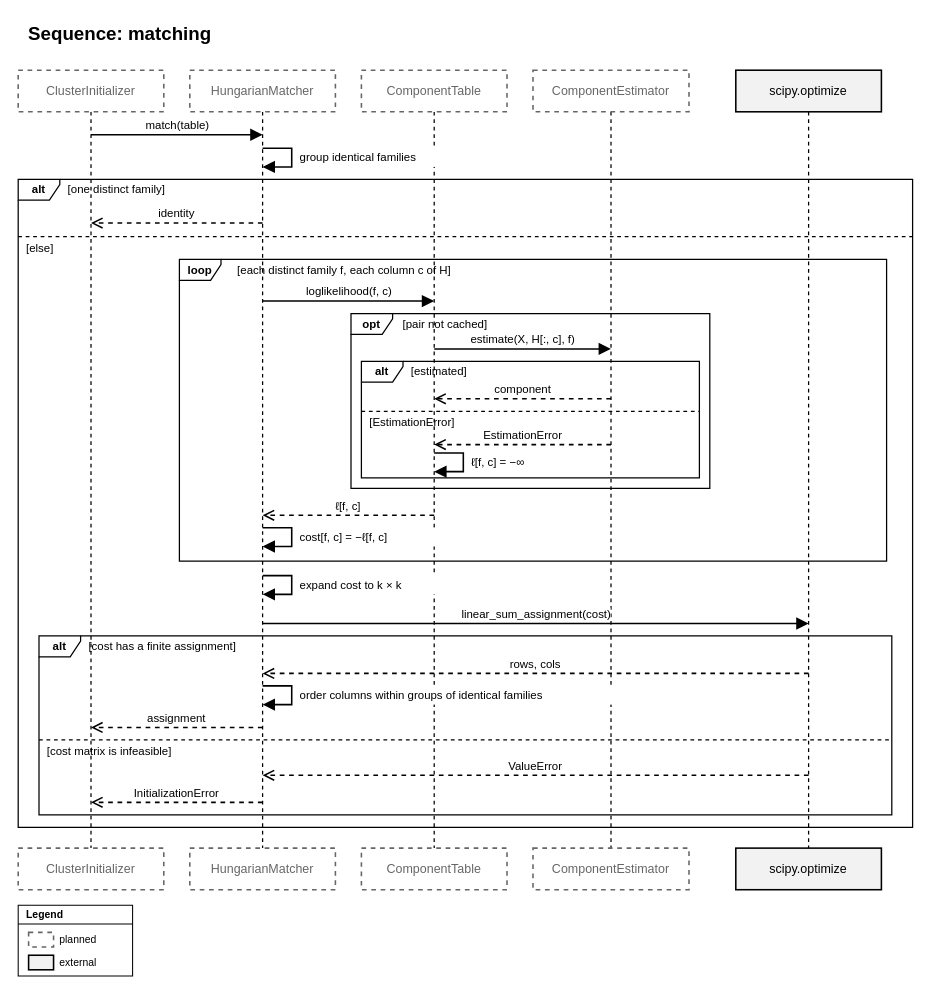
Above: page "Sequence: matching" (3 of 3) of docs/source/design/modules/initializers/diagrams/initializers.drawio in PySATL/pysatl-mpest (draw.io), before the change. Source tidied: cells renumbered, new cells numbered last; positions are measured from the earlier drawing's top-left corner, leaving out a move shared by most shapes. Both pictures are drawn from the tidied source at 104%, with x=0, y=0 at pixel (18, 18).
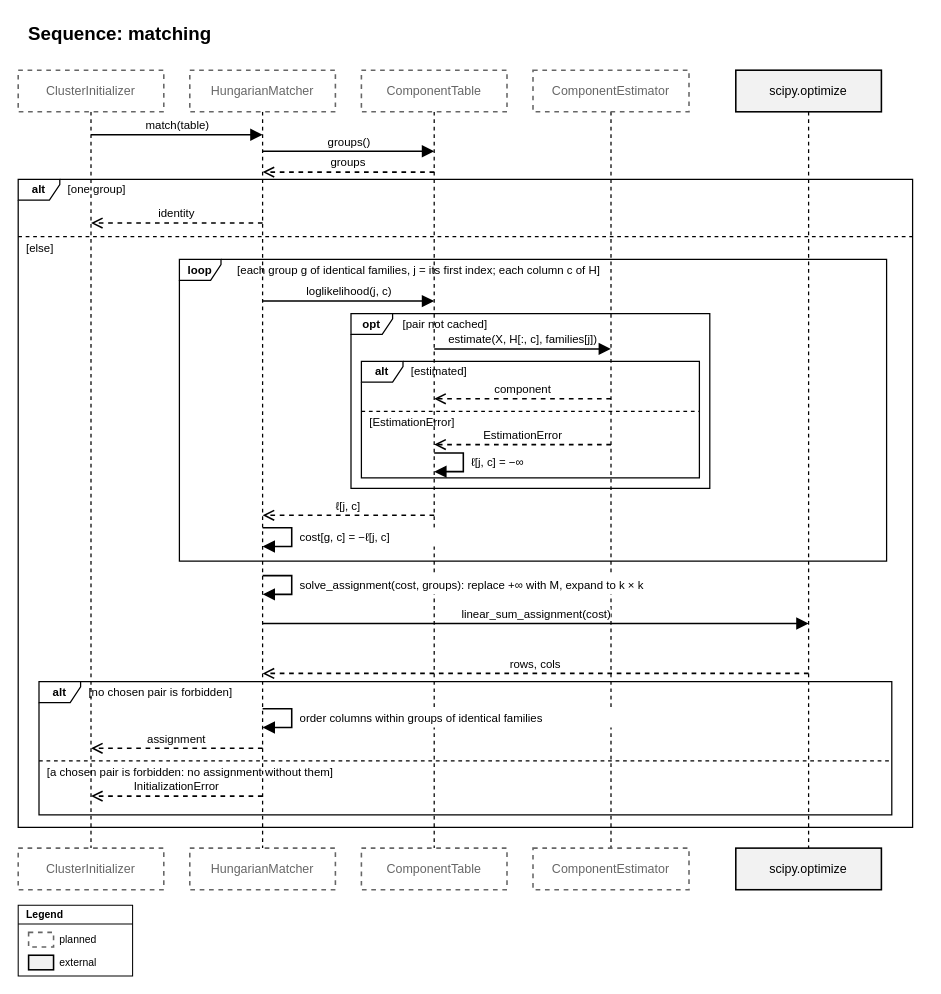
Above is the later version.

Change to the diagram source:
```diff
@@
-    <mxCell id="19" style="endArrow=block;endFill=1;html=1;rounded=0;endSize=8;strokeColor=#000000;strokeWidth=1.5;fontSize=11;labelBackgroundColor=#ffffff;fontFamily=Helvetica;fontColor=#000000;" parent="1" edge="1">
+    <mxCell id="19" value="groups()" style="endArrow=block;endFill=1;html=1;rounded=0;endSize=8;strokeColor=#000000;strokeWidth=1.5;fontSize=11;verticalAlign=bottom;labelBackgroundColor=#ffffff;fontFamily=Helvetica;fontColor=#000000;" parent="1" edge="1">
       <mxGeometry relative="1" as="geometry">
-        <mxPoint x="235" y="125" as="sourcePoint" />
-        <mxPoint x="235" y="143" as="targetPoint" />
-        <Array as="points">
-          <mxPoint x="263" y="125" />
-          <mxPoint x="263" y="143" />
-        </Array>
+        <mxPoint x="235" y="128" as="sourcePoint" />
+        <mxPoint x="400" y="128" as="targetPoint" />
       </mxGeometry>
     </mxCell>
-    <mxCell id="20" value="group identical families" style="text;html=1;align=left;verticalAlign=middle;spacing=0;spacingLeft=2;spacingRight=2;fontSize=11;fillColor=#ffffff;fontFamily=Helvetica;fontColor=#000000;" parent="1" vertex="1">
-      <mxGeometry x="269" y="125" width="170" height="18" as="geometry" />
-    </mxCell>
+    <mxCell id="61" value="groups" style="dashed=1;endArrow=open;endFill=0;html=1;rounded=0;endSize=8;strokeColor=#000000;strokeWidth=1.5;fontSize=11;verticalAlign=bottom;labelBackgroundColor=#ffffff;fontFamily=Helvetica;fontColor=#000000;" parent="1" edge="1">
+      <mxGeometry relative="1" as="geometry">
+        <mxPoint x="400" y="148" as="sourcePoint" />
+        <mxPoint x="235" y="148" as="targetPoint" />
+      </mxGeometry>
+    </mxCell>
@@
-    <mxCell id="22" value="[one distinct family]" style="text;html=1;align=left;verticalAlign=middle;spacing=0;fontSize=11;fontFamily=Helvetica;fontColor=#000000;" parent="1" vertex="1">
+    <mxCell id="22" value="[one group]" style="text;html=1;align=left;verticalAlign=middle;spacing=0;fontSize=11;fontFamily=Helvetica;fontColor=#000000;" parent="1" vertex="1">
       <mxGeometry x="48" y="157" width="798" height="16" as="geometry" />
     </mxCell>
@@
-    <mxCell id="27" value="[each distinct family f, each column c of H]" style="text;html=1;align=left;verticalAlign=middle;spacing=0;fontSize=11;fontFamily=Helvetica;fontColor=#000000;" parent="1" vertex="1">
+    <mxCell id="27" value="[each group g of identical families, j = its first index; each column c of H]" style="text;html=1;align=left;verticalAlign=middle;spacing=0;fontSize=11;fontFamily=Helvetica;fontColor=#000000;" parent="1" vertex="1">
       <mxGeometry x="211" y="234" width="600" height="16" as="geometry" />
     </mxCell>
-    <mxCell id="28" value="loglikelihood(f, c)" style="endArrow=block;endFill=1;html=1;rounded=0;endSize=8;strokeColor=#000000;strokeWidth=1.5;fontSize=11;verticalAlign=bottom;labelBackgroundColor=#ffffff;fontFamily=Helvetica;fontColor=#000000;" parent="1" edge="1">
+    <mxCell id="28" value="loglikelihood(j, c)" style="endArrow=block;endFill=1;html=1;rounded=0;endSize=8;strokeColor=#000000;strokeWidth=1.5;fontSize=11;verticalAlign=bottom;labelBackgroundColor=#ffffff;fontFamily=Helvetica;fontColor=#000000;" parent="1" edge="1">
       <mxGeometry relative="1" as="geometry">
         <mxPoint x="235" y="272" as="sourcePoint" />
         <mxPoint x="400" y="272" as="targetPoint" />
       </mxGeometry>
     </mxCell>
@@
-    <mxCell id="31" value="estimate(X, H[:, c], f)" style="endArrow=block;endFill=1;html=1;rounded=0;endSize=8;strokeColor=#000000;strokeWidth=1.5;fontSize=11;verticalAlign=bottom;labelBackgroundColor=#ffffff;fontFamily=Helvetica;fontColor=#000000;" parent="1" edge="1">
+    <mxCell id="31" value="estimate(X, H[:, c], families[j])" style="endArrow=block;endFill=1;html=1;rounded=0;endSize=8;strokeColor=#000000;strokeWidth=1.5;fontSize=11;verticalAlign=bottom;labelBackgroundColor=#ffffff;fontFamily=Helvetica;fontColor=#000000;" parent="1" edge="1">
       <mxGeometry relative="1" as="geometry">
         <mxPoint x="400" y="318" as="sourcePoint" />
         <mxPoint x="570" y="318" as="targetPoint" />
       </mxGeometry>
     </mxCell>
@@
-    <mxCell id="39" value="ℓ[f, c] = −∞" style="text;html=1;align=left;verticalAlign=middle;spacing=0;spacingLeft=2;spacingRight=2;fontSize=11;fillColor=#ffffff;fontFamily=Helvetica;fontColor=#000000;" parent="1" vertex="1">
+    <mxCell id="39" value="ℓ[j, c] = −∞" style="text;html=1;align=left;verticalAlign=middle;spacing=0;spacingLeft=2;spacingRight=2;fontSize=11;fillColor=#ffffff;fontFamily=Helvetica;fontColor=#000000;" parent="1" vertex="1">
       <mxGeometry x="434" y="418" width="110" height="18" as="geometry" />
     </mxCell>
-    <mxCell id="40" value="ℓ[f, c]" style="dashed=1;endArrow=open;endFill=0;html=1;rounded=0;endSize=8;strokeColor=#000000;strokeWidth=1.5;fontSize=11;verticalAlign=bottom;labelBackgroundColor=#ffffff;fontFamily=Helvetica;fontColor=#000000;" parent="1" edge="1">
+    <mxCell id="40" value="ℓ[j, c]" style="dashed=1;endArrow=open;endFill=0;html=1;rounded=0;endSize=8;strokeColor=#000000;strokeWidth=1.5;fontSize=11;verticalAlign=bottom;labelBackgroundColor=#ffffff;fontFamily=Helvetica;fontColor=#000000;" parent="1" edge="1">
       <mxGeometry relative="1" as="geometry">
         <mxPoint x="400" y="478" as="sourcePoint" />
         <mxPoint x="235" y="478" as="targetPoint" />
       </mxGeometry>
     </mxCell>
@@
-    <mxCell id="42" value="cost[f, c] = −ℓ[f, c]" style="text;html=1;align=left;verticalAlign=middle;spacing=0;spacingLeft=2;spacingRight=2;fontSize=11;fillColor=#ffffff;fontFamily=Helvetica;fontColor=#000000;" parent="1" vertex="1">
+    <mxCell id="42" value="cost[g, c] = −ℓ[j, c]" style="text;html=1;align=left;verticalAlign=middle;spacing=0;spacingLeft=2;spacingRight=2;fontSize=11;fillColor=#ffffff;fontFamily=Helvetica;fontColor=#000000;" parent="1" vertex="1">
       <mxGeometry x="269" y="490" width="170" height="18" as="geometry" />
     </mxCell>
@@
-    <mxCell id="44" value="expand cost to k × k" style="text;html=1;align=left;verticalAlign=middle;spacing=0;spacingLeft=2;spacingRight=2;fontSize=11;fillColor=#ffffff;fontFamily=Helvetica;fontColor=#000000;" parent="1" vertex="1">
-      <mxGeometry x="269" y="536" width="150" height="18" as="geometry" />
+    <mxCell id="44" value="solve_assignment(cost, groups): replace +∞ with M, expand to k × k" style="text;html=1;align=left;verticalAlign=middle;spacing=0;spacingLeft=2;spacingRight=2;fontSize=11;fillColor=#ffffff;fontFamily=Helvetica;fontColor=#000000;" parent="1" vertex="1">
+      <mxGeometry x="269" y="536" width="440" height="18" as="geometry" />
     </mxCell>
@@
     <mxCell id="46" value="alt" style="shape=umlFrame;whiteSpace=wrap;html=1;fillColor=none;strokeColor=#000000;strokeWidth=1.2;fontSize=11;fontStyle=1;width=40;height=20;fontFamily=Helvetica;fontColor=#000000;" parent="1" vertex="1">
-      <mxGeometry x="20" y="594" width="820" height="172" as="geometry" />
+      <mxGeometry x="20" y="638" width="820" height="128" as="geometry" />
     </mxCell>
-    <mxCell id="47" value="[cost has a finite assignment]" style="text;html=1;align=left;verticalAlign=middle;spacing=0;fontSize=11;fontFamily=Helvetica;fontColor=#000000;" parent="1" vertex="1">
-      <mxGeometry x="68" y="596" width="760" height="16" as="geometry" />
+    <mxCell id="47" value="[no chosen pair is forbidden]" style="text;html=1;align=left;verticalAlign=middle;spacing=0;fontSize=11;fontFamily=Helvetica;fontColor=#000000;" parent="1" vertex="1">
+      <mxGeometry x="68" y="640" width="760" height="16" as="geometry" />
     </mxCell>
@@
     <mxCell id="49" style="endArrow=block;endFill=1;html=1;rounded=0;endSize=8;strokeColor=#000000;strokeWidth=1.5;fontSize=11;labelBackgroundColor=#ffffff;fontFamily=Helvetica;fontColor=#000000;" parent="1" edge="1">
       <mxGeometry relative="1" as="geometry">
-        <mxPoint x="235" y="642" as="sourcePoint" />
-        <mxPoint x="235" y="660" as="targetPoint" />
+        <mxPoint x="235" y="664" as="sourcePoint" />
+        <mxPoint x="235" y="682" as="targetPoint" />
         <Array as="points">
-          <mxPoint x="263" y="642" />
-          <mxPoint x="263" y="660" />
+          <mxPoint x="263" y="664" />
+          <mxPoint x="263" y="682" />
         </Array>
       </mxGeometry>
     </mxCell>
     <mxCell id="50" value="order columns within groups of identical families" style="text;html=1;align=left;verticalAlign=middle;spacing=0;spacingLeft=2;spacingRight=2;fontSize=11;fillColor=#ffffff;fontFamily=Helvetica;fontColor=#000000;" parent="1" vertex="1">
-      <mxGeometry x="269" y="642" width="330" height="18" as="geometry" />
+      <mxGeometry x="269" y="664" width="330" height="18" as="geometry" />
     </mxCell>
     <mxCell id="51" value="assignment" style="dashed=1;endArrow=open;endFill=0;html=1;rounded=0;endSize=8;strokeColor=#000000;strokeWidth=1.5;fontSize=11;verticalAlign=bottom;labelBackgroundColor=#ffffff;fontFamily=Helvetica;fontColor=#000000;" parent="1" edge="1">
       <mxGeometry relative="1" as="geometry">
-        <mxPoint x="235" y="682" as="sourcePoint" />
-        <mxPoint x="70" y="682" as="targetPoint" />
+        <mxPoint x="235" y="702" as="sourcePoint" />
+        <mxPoint x="70" y="702" as="targetPoint" />
       </mxGeometry>
     </mxCell>
     <mxCell id="52" style="html=1;rounded=0;dashed=1;endArrow=none;strokeColor=#000000;strokeWidth=1.2;" parent="1" edge="1">
       <mxGeometry relative="1" as="geometry">
-        <mxPoint x="20" y="694" as="sourcePoint" />
-        <mxPoint x="840" y="694" as="targetPoint" />
+        <mxPoint x="20" y="714" as="sourcePoint" />
+        <mxPoint x="840" y="714" as="targetPoint" />
       </mxGeometry>
     </mxCell>
-    <mxCell id="53" value="[cost matrix is infeasible]" style="text;html=1;align=left;verticalAlign=middle;spacing=0;fontSize=11;fontFamily=Helvetica;fontColor=#000000;" parent="1" vertex="1">
-      <mxGeometry x="28" y="697" width="804" height="16" as="geometry" />
+    <mxCell id="53" value="[a chosen pair is forbidden: no assignment without them]" style="text;html=1;align=left;verticalAlign=middle;spacing=0;fontSize=11;fontFamily=Helvetica;fontColor=#000000;" parent="1" vertex="1">
+      <mxGeometry x="28" y="717" width="804" height="16" as="geometry" />
     </mxCell>
-    <mxCell id="54" value="ValueError" style="dashed=1;endArrow=open;endFill=0;html=1;rounded=0;endSize=8;strokeColor=#000000;strokeWidth=1.5;fontSize=11;verticalAlign=bottom;labelBackgroundColor=#ffffff;fontFamily=Helvetica;fontColor=#000000;" parent="1" edge="1">
-      <mxGeometry relative="1" as="geometry">
-        <mxPoint x="760" y="728" as="sourcePoint" />
-        <mxPoint x="235" y="728" as="targetPoint" />
-      </mxGeometry>
-    </mxCell>
     <mxCell id="55" value="InitializationError" style="dashed=1;endArrow=open;endFill=0;html=1;rounded=0;endSize=8;strokeColor=#000000;strokeWidth=1.5;fontSize=11;verticalAlign=bottom;labelBackgroundColor=#ffffff;fontFamily=Helvetica;fontColor=#000000;" parent="1" edge="1">
       <mxGeometry relative="1" as="geometry">
-        <mxPoint x="235" y="754" as="sourcePoint" />
-        <mxPoint x="70" y="754" as="targetPoint" />
+        <mxPoint x="235" y="748" as="sourcePoint" />
+        <mxPoint x="70" y="748" as="targetPoint" />
       </mxGeometry>
     </mxCell>
```
